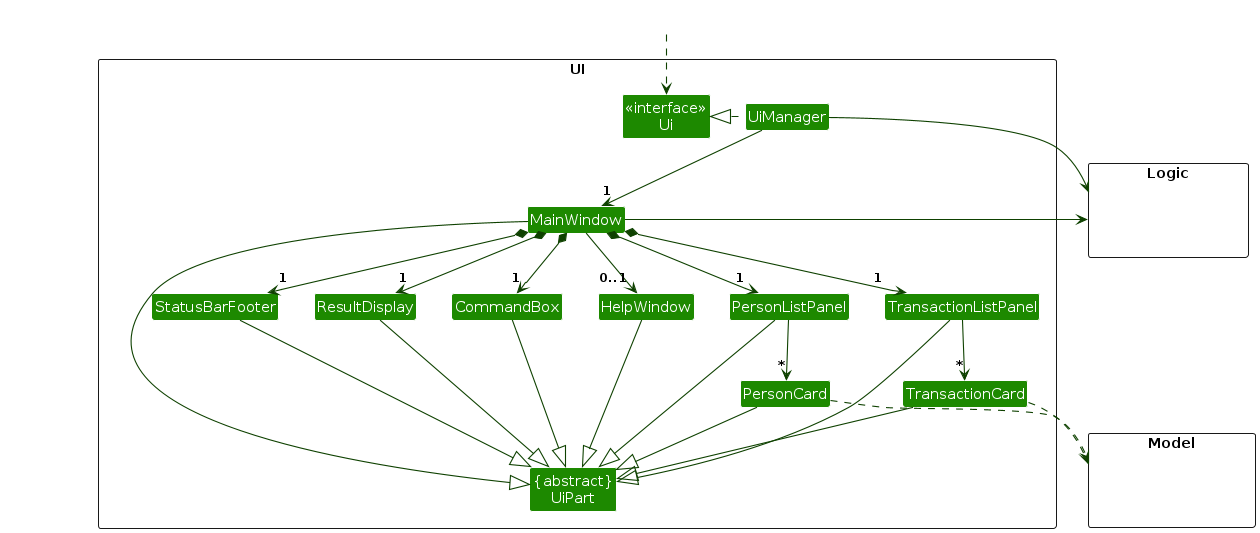
The PlantUML diagram diagrams/UiClassDiagram.png in reginateh/tp, before a commit. Its source is kept beside it as diagrams/UiClassDiagram.puml. Its diagram source:
```plantuml
@startuml
!include style.puml
skinparam arrowThickness 1.1
skinparam arrowColor UI_COLOR_T4
skinparam classBackgroundColor UI_COLOR

package UI <<Rectangle>>{
Class "<<interface>>\nUi" as Ui
Class "{abstract}\nUiPart" as UiPart
Class UiManager
Class MainWindow
Class HelpWindow
Class ResultDisplay
Class PersonListPanel
Class TransactionListPanel
Class PersonCard
Class TransactionCard
Class StatusBarFooter
Class CommandBox
}

package Model <<Rectangle>> {
Class HiddenModel #FFFFFF
}

package Logic <<Rectangle>> {
Class HiddenLogic #FFFFFF
}

Class HiddenOutside #FFFFFF
HiddenOutside ..> Ui

UiManager .left.|> Ui
UiManager -down-> "1" MainWindow
MainWindow *-down->  "1" CommandBox
MainWindow *-down-> "1" ResultDisplay
MainWindow *-down-> "1" PersonListPanel
MainWindow *-down-> "1" StatusBarFooter
MainWindow --> "0..1" HelpWindow
MainWindow *-down-> "1" TransactionListPanel

PersonListPanel -down-> "*" PersonCard
TransactionListPanel -down-> "*" TransactionCard

MainWindow -left-|> UiPart

ResultDisplay --|> UiPart
CommandBox --|> UiPart
PersonListPanel --|> UiPart
TransactionListPanel --|> UiPart
PersonCard --|> UiPart
TransactionCard --|> UiPart
StatusBarFooter --|> UiPart
HelpWindow --|> UiPart

PersonCard ..> Model
TransactionCard ..> Model
UiManager -right-> Logic
MainWindow -left-> Logic

PersonListPanel -[hidden]left- HelpWindow
HelpWindow -[hidden]left- CommandBox
CommandBox -[hidden]left- ResultDisplay
ResultDisplay -[hidden]left- StatusBarFooter

MainWindow -[hidden]-|> UiPart
@enduml
```
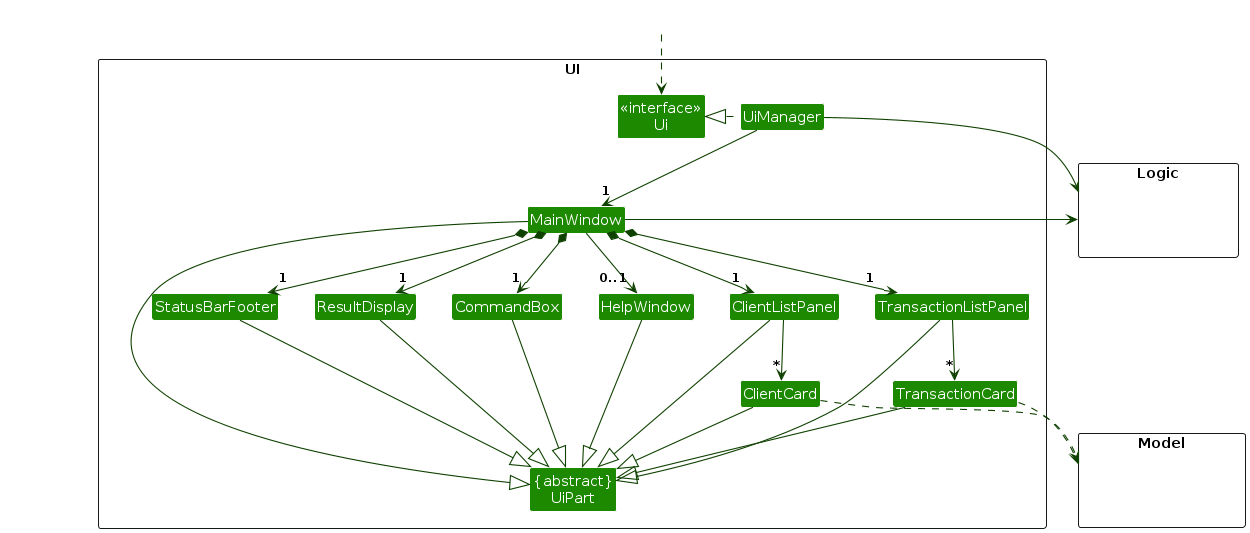
After the commit.

What changed in the source:
```diff
@@ -11,9 +11,9 @@
 Class MainWindow
 Class HelpWindow
 Class ResultDisplay
-Class PersonListPanel
+Class ClientListPanel
 Class TransactionListPanel
-Class PersonCard
+Class ClientCard
 Class TransactionCard
 Class StatusBarFooter
 Class CommandBox
@@ -34,31 +34,31 @@
 UiManager -down-> "1" MainWindow
 MainWindow *-down->  "1" CommandBox
 MainWindow *-down-> "1" ResultDisplay
-MainWindow *-down-> "1" PersonListPanel
+MainWindow *-down-> "1" ClientListPanel
 MainWindow *-down-> "1" StatusBarFooter
 MainWindow --> "0..1" HelpWindow
 MainWindow *-down-> "1" TransactionListPanel
 
-PersonListPanel -down-> "*" PersonCard
+ClientListPanel -down-> "*" ClientCard
 TransactionListPanel -down-> "*" TransactionCard
 
 MainWindow -left-|> UiPart
 
 ResultDisplay --|> UiPart
 CommandBox --|> UiPart
-PersonListPanel --|> UiPart
+ClientListPanel --|> UiPart
 TransactionListPanel --|> UiPart
-PersonCard --|> UiPart
+ClientCard --|> UiPart
 TransactionCard --|> UiPart
 StatusBarFooter --|> UiPart
 HelpWindow --|> UiPart
 
-PersonCard ..> Model
+ClientCard ..> Model
 TransactionCard ..> Model
 UiManager -right-> Logic
 MainWindow -left-> Logic
 
-PersonListPanel -[hidden]left- HelpWindow
+ClientListPanel -[hidden]left- HelpWindow
 HelpWindow -[hidden]left- CommandBox
 CommandBox -[hidden]left- ResultDisplay
 ResultDisplay -[hidden]left- StatusBarFooter
```
